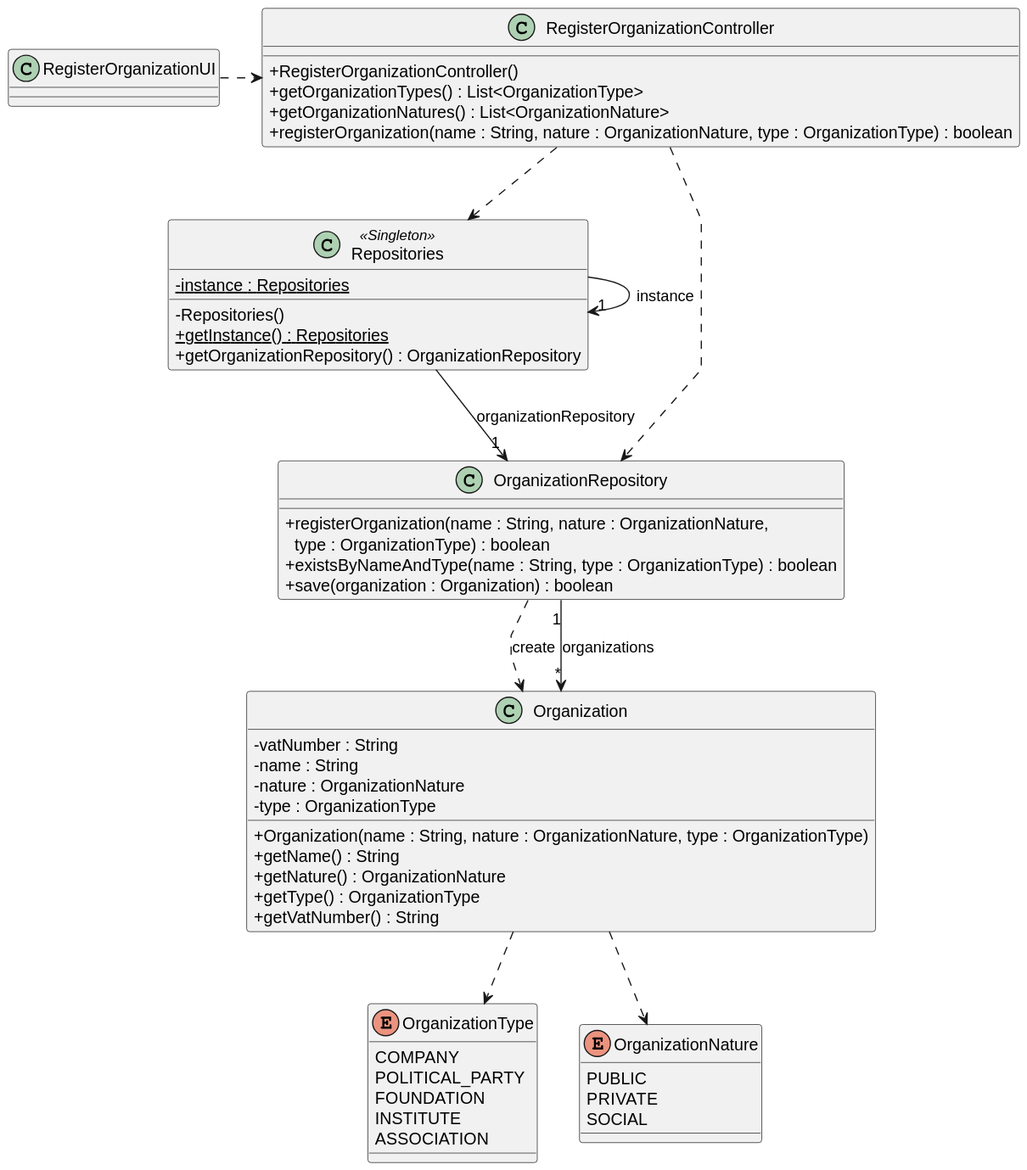
Earlier version of the PlantUML export docs/system-documentation/US04/03.design/svg/US04-CD.svg (brunodspinto/crystal-clear-platform).
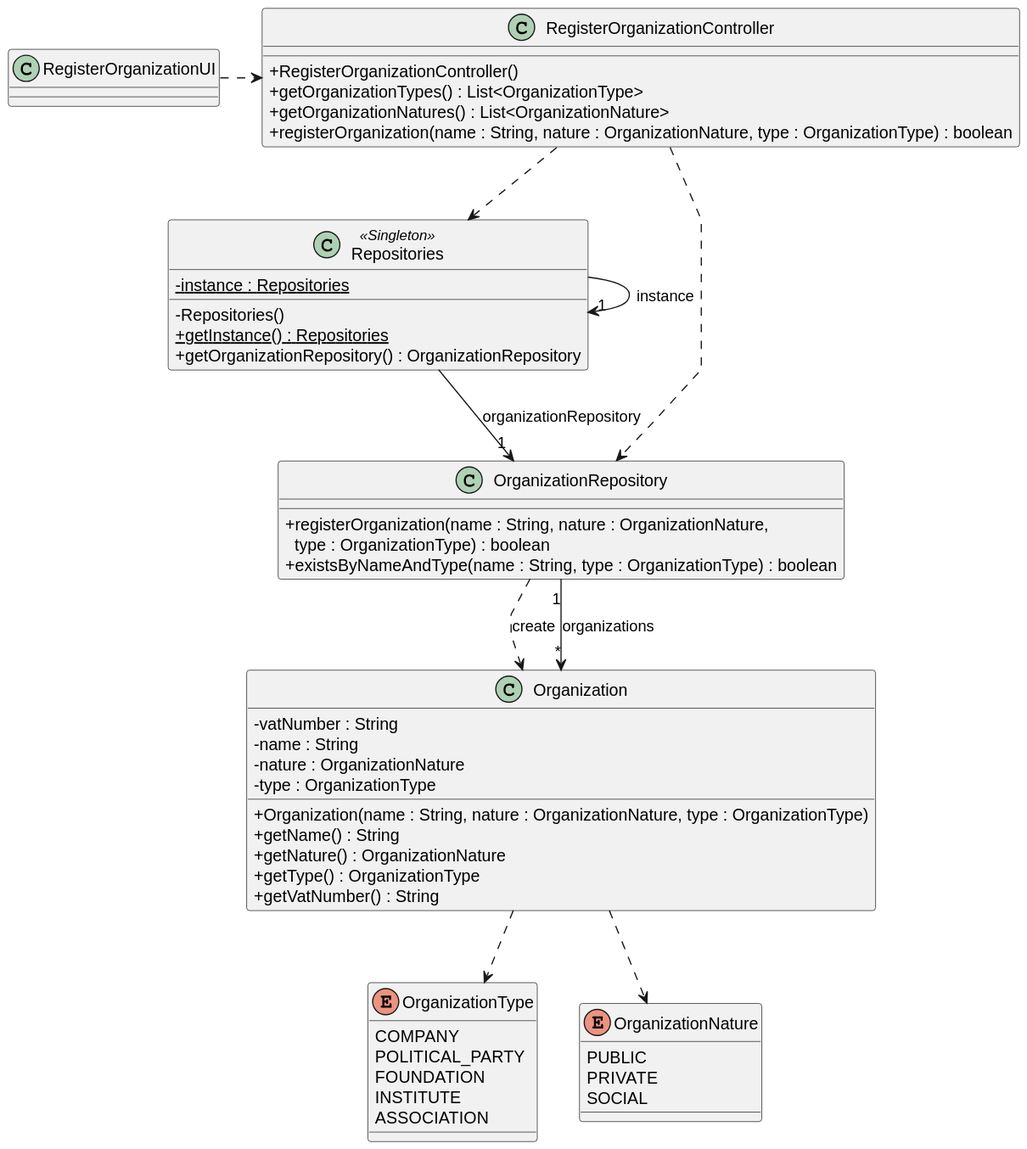
The same file after the commit.

Change to the diagram source:
```diff
@@ -24,7 +24,6 @@
 class OrganizationRepository {
     + registerOrganization(name : String, nature : OrganizationNature,\n  type : OrganizationType) : boolean
     + existsByNameAndType(name : String, type : OrganizationType) : boolean
-    + save(organization : Organization) : boolean
 }
 
 class Organization {
```
